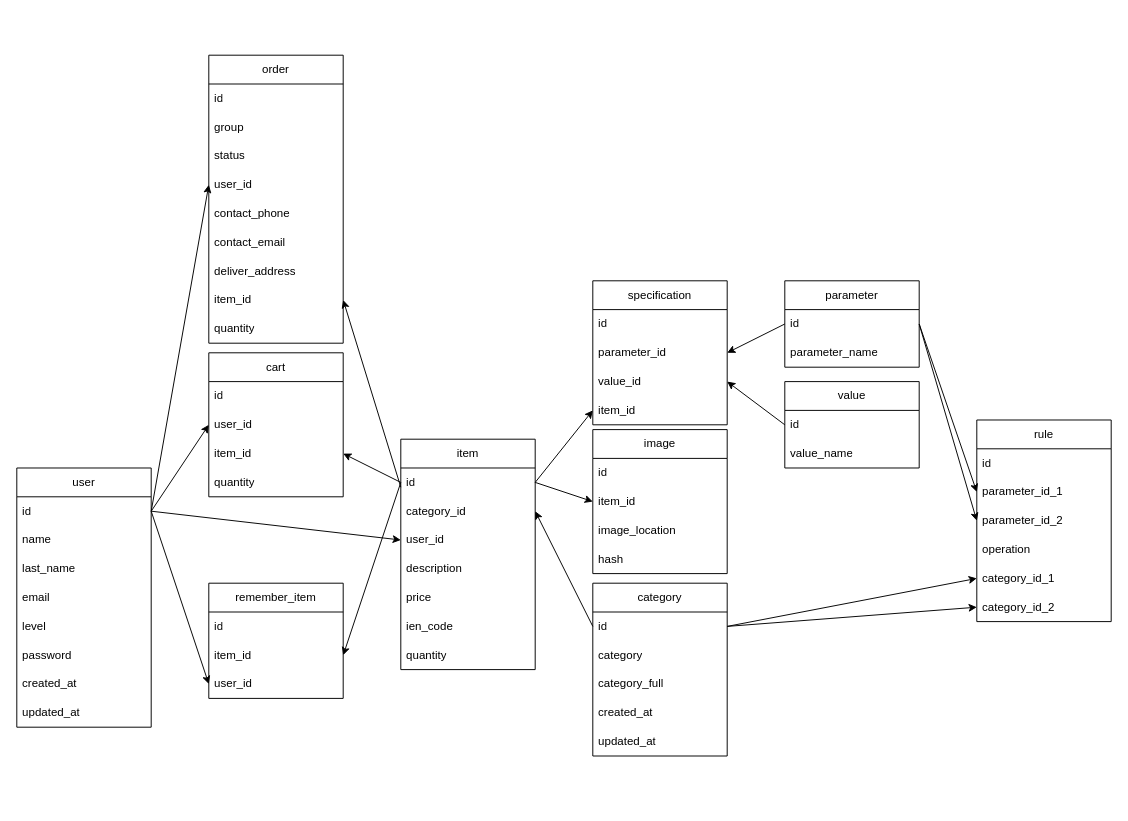
Above: drawio/db.drawio in AugustasPauzas/BD1 (draw.io), before the change. Source tidied: cells renumbered, new cells numbered last; positions are measured from the earlier drawing's top-left corner, leaving out a move shared by most shapes. Both pictures are drawn from the tidied source at 96%, with x=0, y=0 at pixel (16, 55).
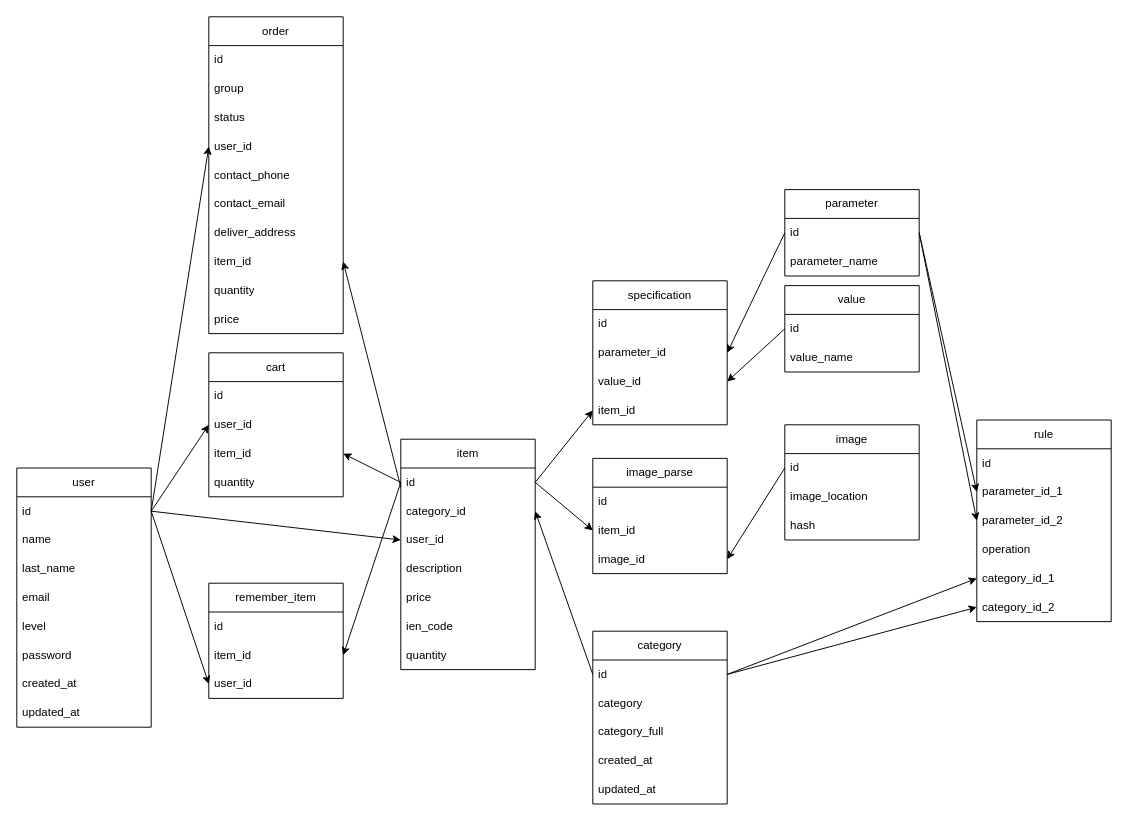
Above is the later version.

The change refers to these unchanged cells:
```xml
<mxCell id="54" value="id" style="text;strokeColor=none;fillColor=none;align=left;verticalAlign=middle;spacingLeft=4;spacingRight=4;overflow=hidden;points=[[0,0.5],[1,0.5]];portConstraint=eastwest;whiteSpace=wrap;html=1;" parent="53" vertex="1">
  <mxGeometry y="30" width="140" height="30" as="geometry" />
</mxCell>
```

Diff of the diagram source:
```diff
@@
     <mxCell id="19" value="category" style="swimlane;fontStyle=0;horizontal=1;startSize=30;whiteSpace=wrap;html=1;" parent="1" vertex="1">
-      <mxGeometry x="600" y="550" width="140" height="180" as="geometry" />
+      <mxGeometry x="600" y="600" width="140" height="180" as="geometry" />
     </mxCell>
@@
     <mxCell id="39" value="parameter" style="swimlane;fontStyle=0;horizontal=1;startSize=30;whiteSpace=wrap;html=1;" parent="1" vertex="1">
-      <mxGeometry x="800" y="235" width="140" height="90" as="geometry" />
+      <mxGeometry x="800" y="140" width="140" height="90" as="geometry" />
     </mxCell>
@@
     <mxCell id="42" value="value" style="swimlane;fontStyle=0;horizontal=1;startSize=30;whiteSpace=wrap;html=1;" parent="1" vertex="1">
-      <mxGeometry x="800" y="340" width="140" height="90" as="geometry" />
+      <mxGeometry x="800" y="240" width="140" height="90" as="geometry" />
     </mxCell>
@@
     <mxCell id="53" value="image" style="swimlane;fontStyle=0;horizontal=1;startSize=30;whiteSpace=wrap;html=1;" parent="1" vertex="1">
-      <mxGeometry x="600" y="390" width="140" height="150" as="geometry" />
+      <mxGeometry x="800" y="385" width="140" height="120" as="geometry" />
     </mxCell>
@@
-    <mxCell id="55" value="item_id" style="text;strokeColor=none;fillColor=none;align=left;verticalAlign=middle;spacingLeft=4;spacingRight=4;overflow=hidden;points=[[0,0.5],[1,0.5]];portConstraint=eastwest;whiteSpace=wrap;html=1;" parent="53" vertex="1">
-      <mxGeometry y="60" width="140" height="30" as="geometry" />
-    </mxCell>
     <mxCell id="56" value="image_location" style="text;strokeColor=none;fillColor=none;align=left;verticalAlign=middle;spacingLeft=4;spacingRight=4;overflow=hidden;whiteSpace=wrap;html=1;" parent="53" vertex="1">
-      <mxGeometry y="90" width="140" height="30" as="geometry" />
+      <mxGeometry y="60" width="140" height="30" as="geometry" />
     </mxCell>
     <mxCell id="57" value="hash" style="text;strokeColor=none;fillColor=none;align=left;verticalAlign=middle;spacingLeft=4;spacingRight=4;overflow=hidden;whiteSpace=wrap;html=1;" parent="53" vertex="1">
-      <mxGeometry y="120" width="140" height="30" as="geometry" />
+      <mxGeometry y="90" width="140" height="30" as="geometry" />
     </mxCell>
@@
     <mxCell id="60" value="order" style="swimlane;fontStyle=0;horizontal=1;startSize=30;whiteSpace=wrap;html=1;" parent="1" vertex="1">
-      <mxGeometry x="200" width="140" height="300" as="geometry" />
+      <mxGeometry x="200" y="-40" width="140" height="330" as="geometry" />
     </mxCell>
@@
+    <mxCell id="83" value="price" style="text;strokeColor=none;fillColor=none;align=left;verticalAlign=middle;spacingLeft=4;spacingRight=4;overflow=hidden;whiteSpace=wrap;html=1;" parent="60" vertex="1">
+      <mxGeometry y="300" width="140" height="30" as="geometry" />
+    </mxCell>
@@
+    <mxCell id="84" value="image_parse" style="swimlane;fontStyle=0;horizontal=1;startSize=30;whiteSpace=wrap;html=1;" parent="1" vertex="1">
+      <mxGeometry x="600" y="420" width="140" height="120" as="geometry" />
+    </mxCell>
+    <mxCell id="85" value="id" style="text;strokeColor=none;fillColor=none;align=left;verticalAlign=middle;spacingLeft=4;spacingRight=4;overflow=hidden;whiteSpace=wrap;html=1;" parent="84" vertex="1">
+      <mxGeometry y="30" width="140" height="30" as="geometry" />
+    </mxCell>
+    <mxCell id="55" value="item_id" style="text;strokeColor=none;fillColor=none;align=left;verticalAlign=middle;spacingLeft=4;spacingRight=4;overflow=hidden;points=[[0,0.5],[1,0.5]];portConstraint=eastwest;whiteSpace=wrap;html=1;" parent="84" vertex="1">
+      <mxGeometry y="60" width="140" height="30" as="geometry" />
+    </mxCell>
+    <mxCell id="86" value="image_id" style="text;strokeColor=none;fillColor=none;align=left;verticalAlign=middle;spacingLeft=4;spacingRight=4;overflow=hidden;points=[[0,0.5],[1,0.5]];portConstraint=eastwest;whiteSpace=wrap;html=1;" parent="84" vertex="1">
+      <mxGeometry y="90" width="140" height="30" as="geometry" />
+    </mxCell>
+    <mxCell id="87" style="edgeStyle=none;html=1;entryX=1;entryY=0.5;entryDx=0;entryDy=0;exitX=0;exitY=0.5;exitDx=0;exitDy=0;" parent="1" edge="1" source="54" target="86">
+      <mxGeometry relative="1" as="geometry" />
+    </mxCell>
```
